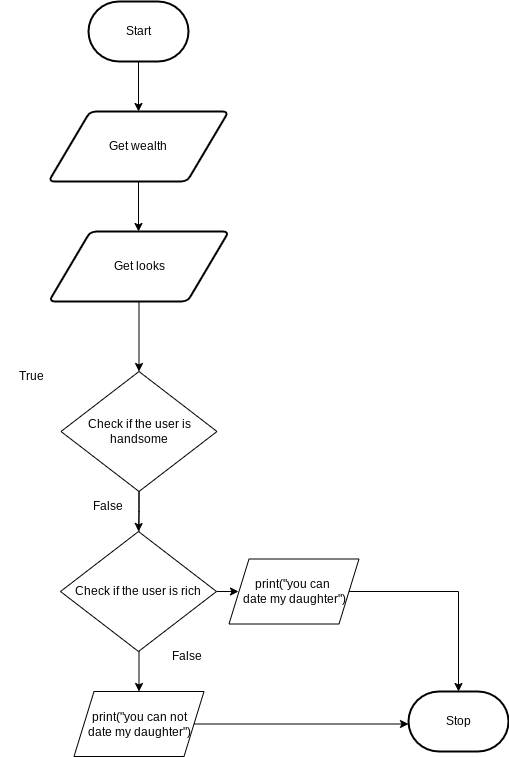
Above: flowchart.png in Huzaifa-Khalid-2/ICS3U-Unit3-07-Python (draw.io), before the change. Source tidied: cells renumbered, new cells last; positions are measured from the earlier drawing's top-left corner, leaving out a move shared by most shapes.
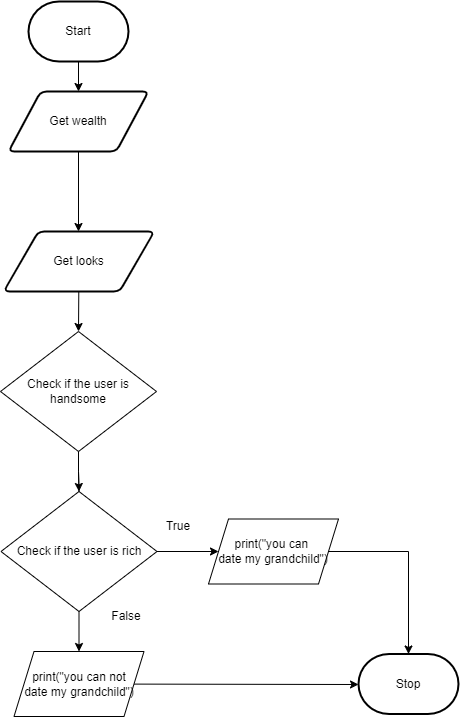
The same file after the commit.

The edit, as a diff of the source:
```diff
@@ -14,56 +14,54 @@
       </mxGeometry>
     </mxCell>
     <mxCell id="5" value="Get wealth" style="shape=parallelogram;html=1;strokeWidth=2;perimeter=parallelogramPerimeter;whiteSpace=wrap;rounded=1;arcSize=12;size=0.23;" parent="1" vertex="1">
-      <mxGeometry x="48" y="110" width="180" height="70" as="geometry" />
+      <mxGeometry x="68" y="90" width="140" height="60" as="geometry" />
     </mxCell>
     <mxCell id="6" style="edgeStyle=orthogonalEdgeStyle;rounded=0;html=1;" parent="1" edge="1" source="8" target="13">
       <mxGeometry relative="1" as="geometry" />
     </mxCell>
-    <mxCell id="7" style="edgeStyle=orthogonalEdgeStyle;html=1;rounded=0;" parent="1" edge="1" source="8" target="17">
+    <mxCell id="7" style="edgeStyle=orthogonalEdgeStyle;html=1;rounded=0;startArrow=none;" parent="1" edge="1" source="13" target="17">
       <mxGeometry relative="1" as="geometry" />
     </mxCell>
     <mxCell id="8" value="Check if the user is handsome" style="rhombus;whiteSpace=wrap;html=1;" parent="1" vertex="1">
-      <mxGeometry x="60.5" y="370" width="156" height="120" as="geometry" />
+      <mxGeometry x="60" y="330" width="156" height="120" as="geometry" />
     </mxCell>
     <mxCell id="9" value="Stop" style="strokeWidth=2;html=1;shape=mxgraph.flowchart.terminator;whiteSpace=wrap;" parent="1" vertex="1">
-      <mxGeometry x="408" y="690" width="100" height="60" as="geometry" />
+      <mxGeometry x="418" y="652.5" width="100" height="60" as="geometry" />
     </mxCell>
     <mxCell id="10" style="edgeStyle=none;html=1;entryX=0.5;entryY=0;entryDx=0;entryDy=0;" parent="1" edge="1" source="11" target="8">
       <mxGeometry relative="1" as="geometry" />
     </mxCell>
     <mxCell id="11" value="Get looks" style="shape=parallelogram;html=1;strokeWidth=2;perimeter=parallelogramPerimeter;whiteSpace=wrap;rounded=1;arcSize=12;size=0.23;" parent="1" vertex="1">
-      <mxGeometry x="48.5" y="230" width="180" height="70" as="geometry" />
+      <mxGeometry x="63.2" y="230" width="150.5" height="60" as="geometry" />
     </mxCell>
-    <mxCell id="12" style="edgeStyle=orthogonalEdgeStyle;rounded=0;html=1;" parent="1" edge="1" source="13">
-      <mxGeometry relative="1" as="geometry">
-        <mxPoint x="238" y="590" as="targetPoint" />
-      </mxGeometry>
-    </mxCell>
-    <mxCell id="13" value="Check if the user is rich" style="rhombus;whiteSpace=wrap;html=1;" parent="1" vertex="1">
-      <mxGeometry x="60" y="530" width="156" height="120" as="geometry" />
-    </mxCell>
-    <mxCell id="14" value="False" style="text;html=1;strokeColor=none;fillColor=none;align=center;verticalAlign=middle;whiteSpace=wrap;rounded=0;" parent="1" vertex="1">
-      <mxGeometry x="78" y="490" width="60" height="30" as="geometry" />
+    <mxCell id="14" value="True" style="text;html=1;strokeColor=none;fillColor=none;align=center;verticalAlign=middle;whiteSpace=wrap;rounded=0;" parent="1" vertex="1">
+      <mxGeometry x="208" y="510" width="60" height="30" as="geometry" />
     </mxCell>
-    <mxCell id="15" value="True" style="text;html=1;strokeColor=none;fillColor=none;align=center;verticalAlign=middle;whiteSpace=wrap;rounded=0;" parent="1" vertex="1">
-      <mxGeometry x="0.5" y="360" width="60" height="30" as="geometry" />
-    </mxCell>
-    <mxCell id="16" style="edgeStyle=orthogonalEdgeStyle;rounded=0;html=1;" parent="1" edge="1" source="17">
-      <mxGeometry relative="1" as="geometry">
-        <mxPoint x="408" y="722.5" as="targetPoint" />
-      </mxGeometry>
-    </mxCell>
+    <mxCell id="21" style="edgeStyle=none;html=1;" parent="1" edge="1" source="17">
+      <mxGeometry relative="1" as="geometry">
+        <mxPoint x="418" y="683" as="targetPoint" />
+      </mxGeometry>
+    </mxCell>
-    <mxCell id="17" value="print(&quot;you can not&lt;br&gt;date my daughter&quot;)" style="shape=parallelogram;perimeter=parallelogramPerimeter;whiteSpace=wrap;html=1;fixedSize=1;" parent="1" vertex="1">
-      <mxGeometry x="73.5" y="690" width="130" height="65" as="geometry" />
+    <mxCell id="17" value="print(&quot;you can not&lt;br&gt;date my grandchild&quot;)" style="shape=parallelogram;perimeter=parallelogramPerimeter;whiteSpace=wrap;html=1;fixedSize=1;" parent="1" vertex="1">
+      <mxGeometry x="73.5" y="650" width="130" height="65" as="geometry" />
     </mxCell>
     <mxCell id="18" value="False" style="text;html=1;strokeColor=none;fillColor=none;align=center;verticalAlign=middle;whiteSpace=wrap;rounded=0;" parent="1" vertex="1">
-      <mxGeometry x="156.5" y="640" width="60" height="30" as="geometry" />
+      <mxGeometry x="156" y="600" width="60" height="30" as="geometry" />
     </mxCell>
     <mxCell id="19" style="edgeStyle=orthogonalEdgeStyle;rounded=0;html=1;entryX=0.5;entryY=0;entryDx=0;entryDy=0;entryPerimeter=0;" parent="1" edge="1" source="20" target="9">
       <mxGeometry relative="1" as="geometry" />
     </mxCell>
-    <mxCell id="20" value="print(&quot;you can &lt;br&gt;date my daughter&quot;)" style="shape=parallelogram;perimeter=parallelogramPerimeter;whiteSpace=wrap;html=1;fixedSize=1;" parent="1" vertex="1">
-      <mxGeometry x="228.5" y="557.5" width="130" height="65" as="geometry" />
+    <mxCell id="20" value="print(&quot;you can &lt;br&gt;date my grandchild&quot;)" style="shape=parallelogram;perimeter=parallelogramPerimeter;whiteSpace=wrap;html=1;fixedSize=1;" parent="1" vertex="1">
+      <mxGeometry x="268" y="517.5" width="130" height="65" as="geometry" />
     </mxCell>
+    <mxCell id="22" style="edgeStyle=none;html=1;entryX=0;entryY=0.5;entryDx=0;entryDy=0;" parent="1" edge="1" source="13" target="20">
+      <mxGeometry relative="1" as="geometry" />
+    </mxCell>
+    <mxCell id="13" value="Check if the user is rich" style="rhombus;whiteSpace=wrap;html=1;" parent="1" vertex="1">
+      <mxGeometry x="60.5" y="490" width="156" height="120" as="geometry" />
+    </mxCell>
+    <mxCell id="23" style="edgeStyle=orthogonalEdgeStyle;html=1;rounded=0;endArrow=none;" parent="1" edge="1" source="8" target="13">
+      <mxGeometry relative="1" as="geometry" />
+    </mxCell>
   </root>
 </mxGraphModel>
```
